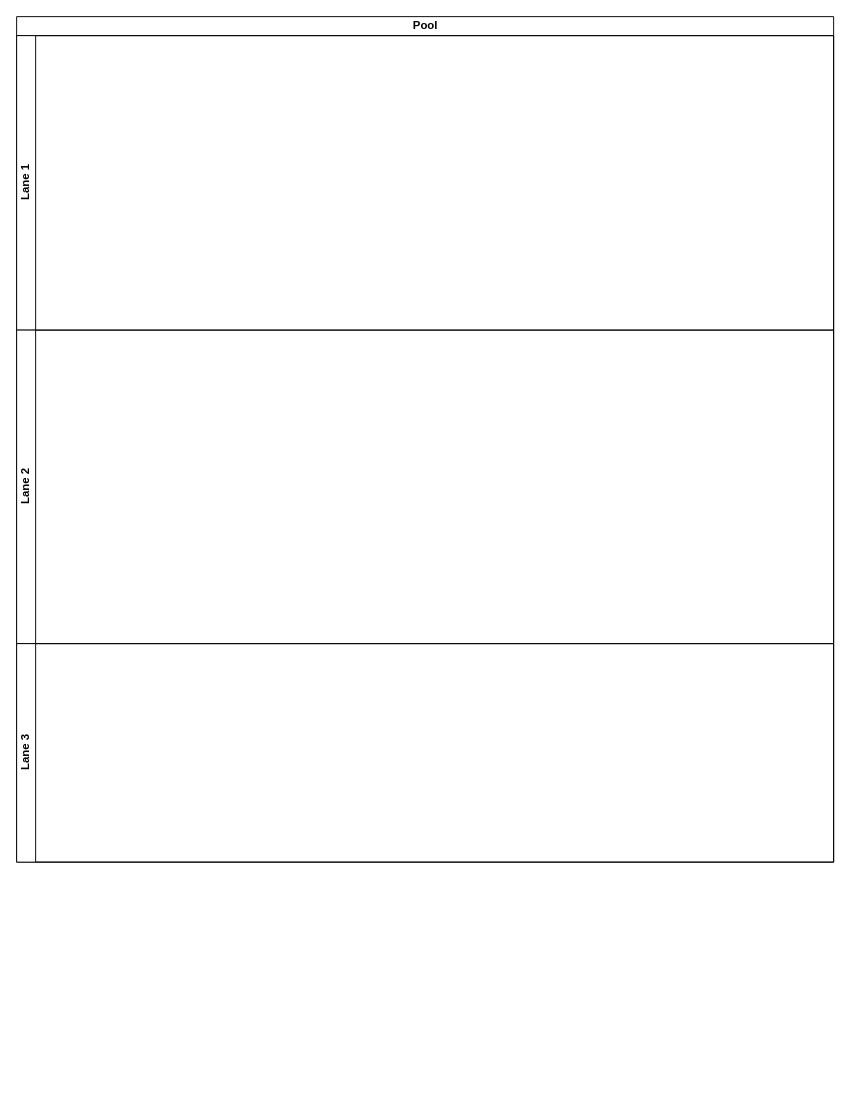
Earlier version of the draw.io diagram doc/project_docs/Fluxogram-Helpdesk.drawio (jvruas/Space-Invaders-Bullet-Hell). Source tidied: cells renumbered, new cells numbered last; positions are measured from the earlier drawing's top-left corner, leaving out a move shared by most shapes. Both pictures are drawn from the tidied source at 95%, with x=0, y=0 at pixel (16, 16).
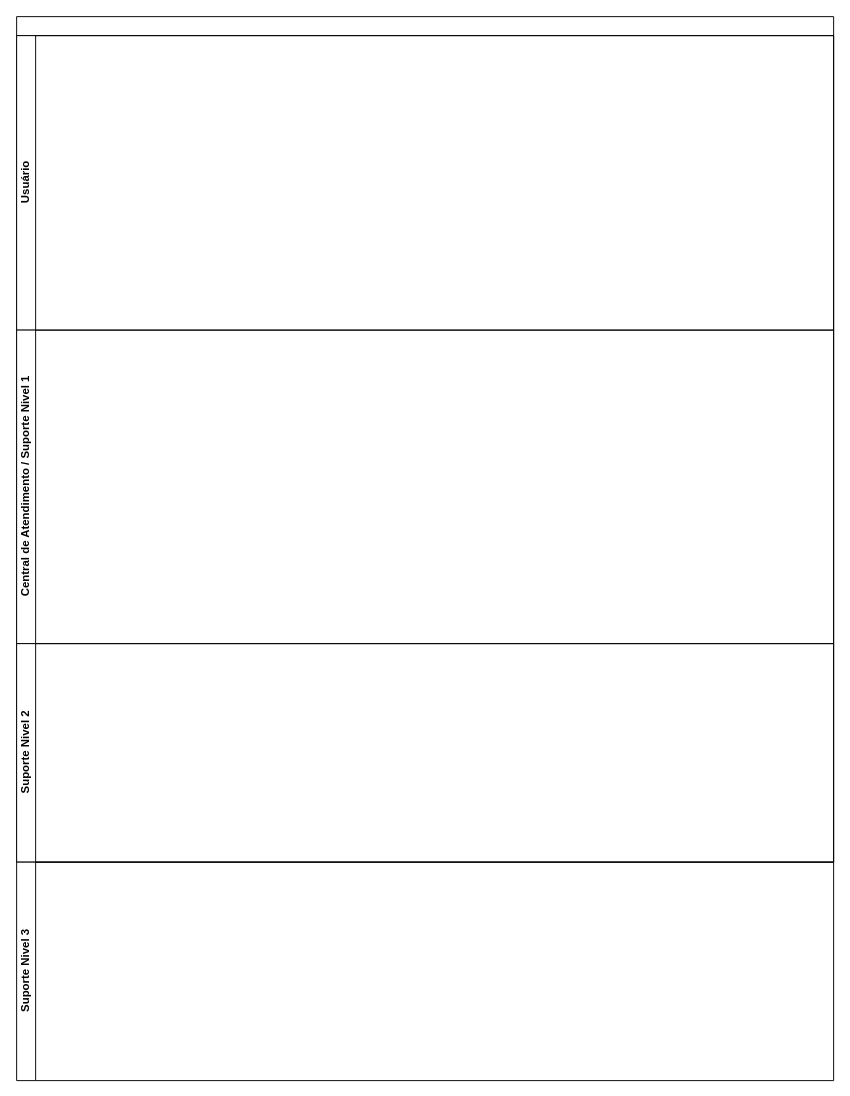
After the change.

What changed in the source:
```diff
@@
 <mxGraphModel>
   <root>
     <mxCell id="0" />
     <mxCell id="1" parent="0" />
-    <mxCell id="2" value="Pool" style="swimlane;html=1;horizontal=1;startSize=20;" parent="1" vertex="1">
+    <mxCell id="2" style="swimlane;html=1;horizontal=1;startSize=20;" parent="1" vertex="1">
       <mxGeometry width="860" height="890" as="geometry" />
     </mxCell>
-    <mxCell id="3" value="Lane 1" style="swimlane;html=1;startSize=20;horizontal=0;" parent="2" vertex="1">
+    <mxCell id="3" value="Usuário" style="swimlane;html=1;startSize=20;horizontal=0;" parent="2" vertex="1">
       <mxGeometry y="20" width="860" height="310" as="geometry" />
     </mxCell>
-    <mxCell id="4" value="Lane 2" style="swimlane;html=1;startSize=20;horizontal=0;" parent="2" vertex="1">
+    <mxCell id="4" value="Central de Atendimento / Suporte Nivel 1" style="swimlane;html=1;startSize=20;horizontal=0;" parent="2" vertex="1">
       <mxGeometry y="330" width="860" height="330" as="geometry" />
     </mxCell>
-    <mxCell id="5" value="Lane 3" style="swimlane;html=1;startSize=20;horizontal=0;" parent="2" vertex="1">
+    <mxCell id="5" value="Suporte Nivel 2" style="swimlane;html=1;startSize=20;horizontal=0;" parent="2" vertex="1">
       <mxGeometry y="660" width="860" height="230" as="geometry" />
     </mxCell>
+    <mxCell id="6" value="Suporte Nivel 3" style="swimlane;html=1;startSize=20;horizontal=0;" parent="1" vertex="1">
+      <mxGeometry y="890" width="860" height="230" as="geometry" />
+    </mxCell>
   </root>
 </mxGraphModel>
```
